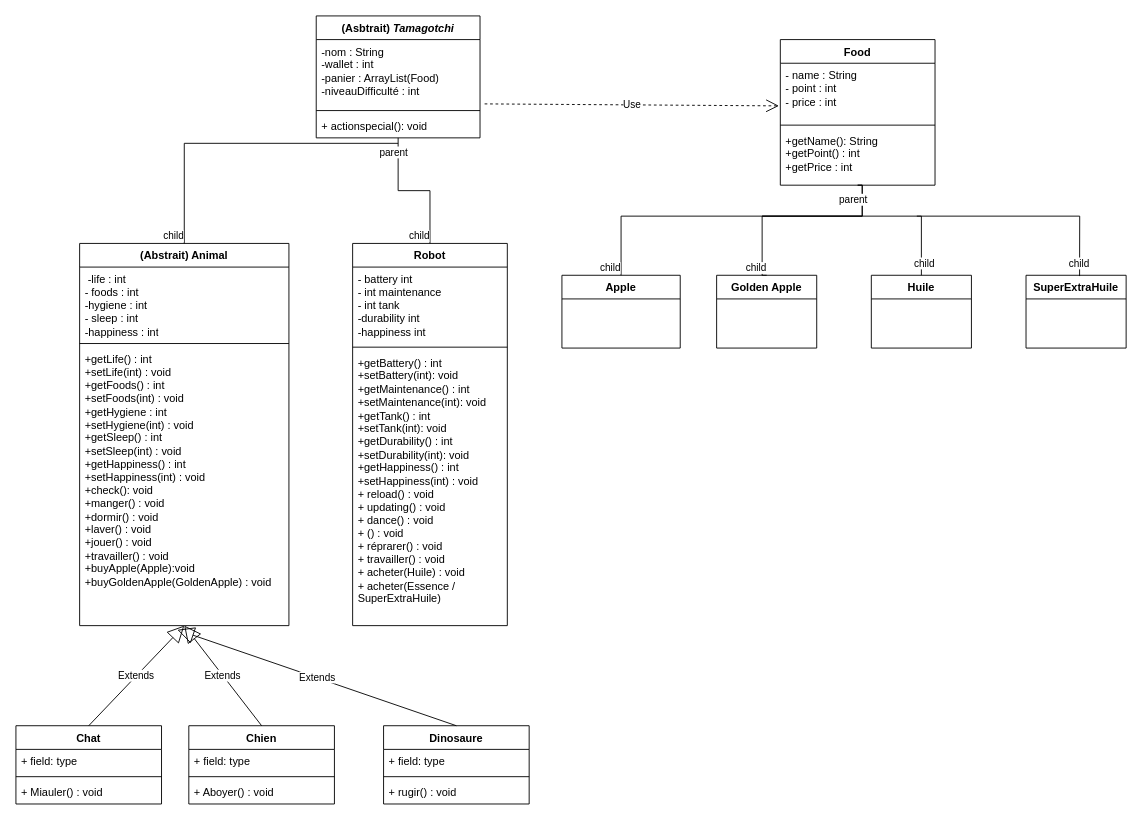
BMaurice56/Tamagotchi keeps this draw.io diagram as page "Page-2" (2 of 2) of Diagram.drawio. Above is the earlier version. Source tidied: cells renumbered, new cells numbered last; positions are measured from the earlier drawing's top-left corner, leaving out a move shared by most shapes. Both pictures are drawn from the tidied source at 91%, with x=0, y=0 at pixel (15, 15).
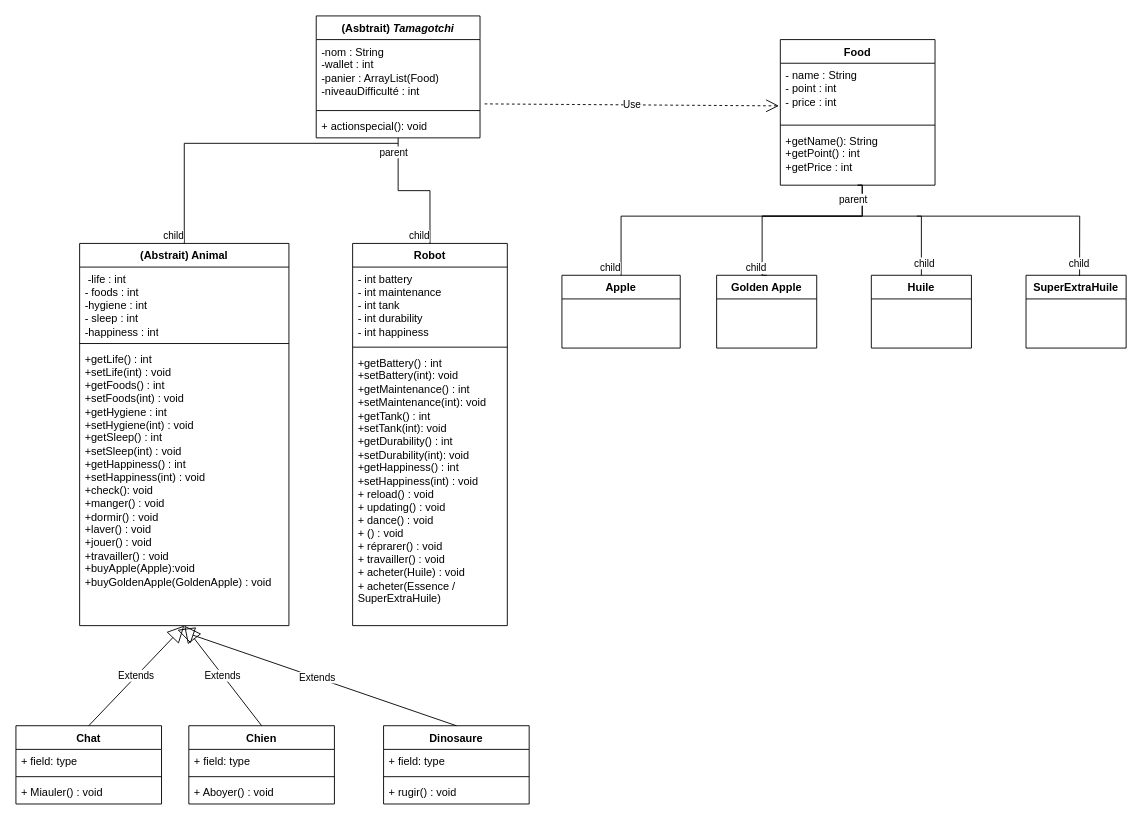
After the change.

The change refers to these unchanged cells:
```xml
<mxCell id="10" value="Robot" style="swimlane;fontStyle=1;align=center;verticalAlign=top;horizontal=1;startSize=26;whiteSpace=wrap;html=1;" parent="1" vertex="1">
  <mxGeometry x="370" y="250" width="170" height="420" as="geometry" />
</mxCell>
```

Diff of the diagram source:
```diff
@@
-    <mxCell id="11" value="- battery int&lt;br&gt;- int&amp;nbsp;maintenance&lt;br&gt;- int tank&lt;br&gt;-durability int&lt;br&gt;-happiness&amp;nbsp;int" style="text;strokeColor=none;fillColor=none;align=left;verticalAlign=top;spacingLeft=4;spacingRight=4;overflow=hidden;whiteSpace=wrap;html=1;" parent="10" vertex="1">
+    <mxCell id="11" value="- int battery&lt;br&gt;- int&amp;nbsp;maintenance&lt;br&gt;- int tank&lt;br&gt;- int durability&lt;br&gt;- int happiness" style="text;strokeColor=none;fillColor=none;align=left;verticalAlign=top;spacingLeft=4;spacingRight=4;overflow=hidden;whiteSpace=wrap;html=1;" parent="10" vertex="1">
       <mxGeometry y="26" width="170" height="84" as="geometry" />
     </mxCell>
```
